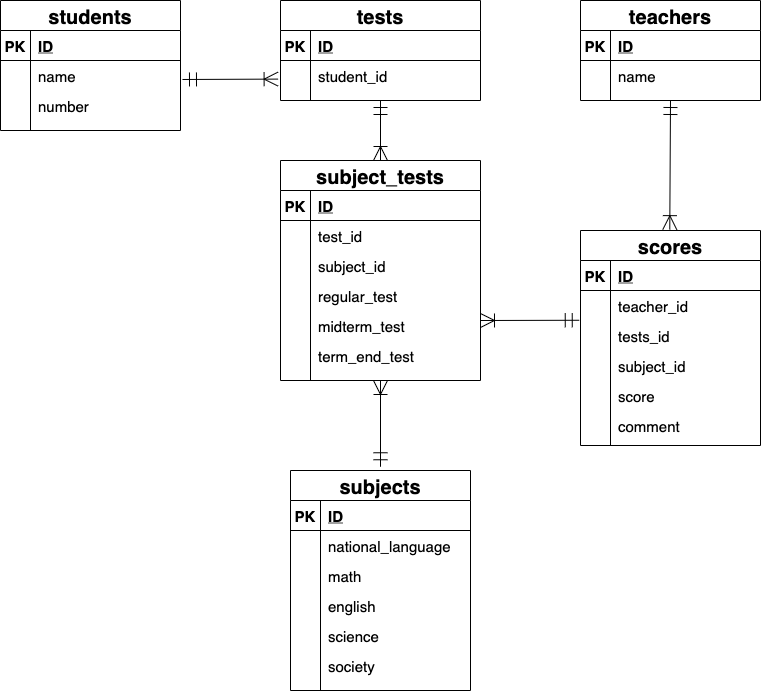
FujiiMarie/ER keeps this draw.io diagram as index.drawio.png. Above is the earlier version. Source tidied: cells renumbered, new cells last; positions are measured from the earlier drawing's top-left corner, leaving out a move shared by most shapes.
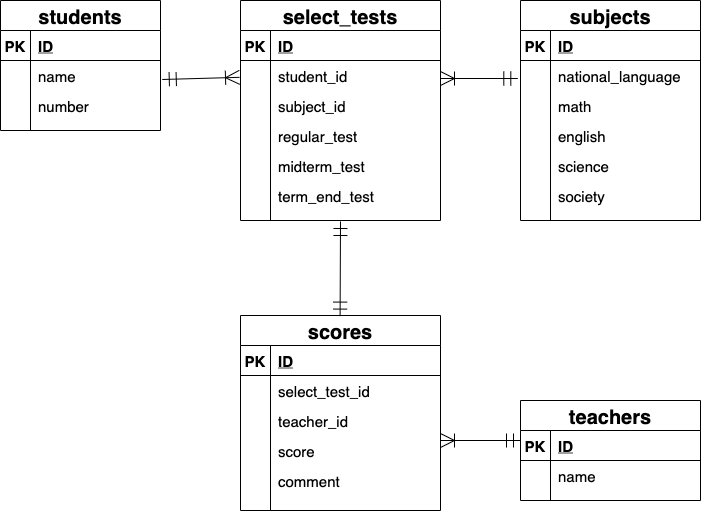
Above is the later version.

Diff of the diagram source:
```diff
@@ -3,58 +3,37 @@
     <mxCell id="0" />
     <mxCell id="1" parent="0" />
     <mxCell id="2" value="students" style="shape=table;startSize=30;rowLines=0;fontStyle=1;align=center;fontSize=20;" parent="1" vertex="1">
-      <mxGeometry width="180" height="130" as="geometry" />
+      <mxGeometry y="-40" width="160" height="130" as="geometry" />
     </mxCell>
     <mxCell id="3" style="shape=partialRectangle;fillColor=none;top=0;left=0;bottom=1;right=0;" parent="2" vertex="1">
-      <mxGeometry y="30" width="180" height="30" as="geometry" />
+      <mxGeometry y="30" width="160" height="30" as="geometry" />
     </mxCell>
     <mxCell id="4" value="PK" style="shape=partialRectangle;fillColor=none;top=0;left=0;bottom=0;right=0;fontStyle=1;overflow=hidden;fontSize=15;" parent="3" vertex="1">
       <mxGeometry width="30" height="30" as="geometry" />
     </mxCell>
     <mxCell id="5" value="ID" style="shape=partialRectangle;fillColor=none;top=0;left=0;bottom=0;right=0;align=left;spacingLeft=6;fontStyle=5;overflow=hidden;fontSize=15;" parent="3" vertex="1">
-      <mxGeometry x="30" width="150" height="30" as="geometry" />
+      <mxGeometry x="30" width="130" height="30" as="geometry" />
     </mxCell>
     <mxCell id="6" style="shape=partialRectangle;fillColor=none;top=0;left=0;bottom=0;right=0;points=[[0,0.5],[1,0.5]];portConstraint=eastwest;" parent="2" vertex="1">
-      <mxGeometry y="60" width="180" height="30" as="geometry" />
+      <mxGeometry y="60" width="160" height="30" as="geometry" />
     </mxCell>
     <mxCell id="7" style="shape=partialRectangle;fillColor=none;top=0;left=0;bottom=0;right=0;overflow=hidden;" parent="6" vertex="1">
       <mxGeometry width="30" height="30" as="geometry" />
     </mxCell>
     <mxCell id="8" value="name" style="shape=partialRectangle;fillColor=none;top=0;left=0;bottom=0;right=0;align=left;spacingLeft=6;overflow=hidden;fontSize=15;" parent="6" vertex="1">
-      <mxGeometry x="30" width="150" height="30" as="geometry" />
+      <mxGeometry x="30" width="130" height="30" as="geometry" />
     </mxCell>
     <mxCell id="9" style="shape=partialRectangle;fillColor=none;top=0;left=0;bottom=0;right=0;" parent="2" vertex="1">
-      <mxGeometry y="90" width="180" height="30" as="geometry" />
+      <mxGeometry y="90" width="160" height="30" as="geometry" />
     </mxCell>
     <mxCell id="10" style="shape=partialRectangle;fillColor=none;top=0;left=0;bottom=0;right=0;overflow=hidden;" parent="9" vertex="1">
       <mxGeometry width="30" height="30" as="geometry" />
     </mxCell>
     <mxCell id="11" value="number" style="shape=partialRectangle;fillColor=none;top=0;left=0;bottom=0;right=0;align=left;spacingLeft=6;overflow=hidden;fontSize=15;" parent="9" vertex="1">
-      <mxGeometry x="30" width="150" height="30" as="geometry" />
+      <mxGeometry x="30" width="130" height="30" as="geometry" />
     </mxCell>
-    <mxCell id="12" value="tests" style="shape=table;startSize=30;rowLines=0;fontStyle=1;align=center;fontSize=20;" parent="1" vertex="1">
-      <mxGeometry x="280" width="200" height="100" as="geometry" />
-    </mxCell>
-    <mxCell id="13" style="shape=partialRectangle;fillColor=none;top=0;left=0;bottom=1;right=0;" parent="12" vertex="1">
-      <mxGeometry y="30" width="200" height="30" as="geometry" />
-    </mxCell>
-    <mxCell id="14" value="PK" style="shape=partialRectangle;fillColor=none;top=0;left=0;bottom=0;right=0;fontStyle=1;overflow=hidden;fontSize=15;" parent="13" vertex="1">
-      <mxGeometry width="30" height="30" as="geometry" />
-    </mxCell>
-    <mxCell id="15" value="ID" style="shape=partialRectangle;fillColor=none;top=0;left=0;bottom=0;right=0;align=left;spacingLeft=6;fontStyle=5;overflow=hidden;fontSize=15;" parent="13" vertex="1">
-      <mxGeometry x="30" width="170" height="30" as="geometry" />
-    </mxCell>
-    <mxCell id="16" style="shape=partialRectangle;fillColor=none;top=0;left=0;bottom=0;right=0;points=[[0,0.5],[1,0.5]];portConstraint=eastwest;" parent="12" vertex="1">
-      <mxGeometry y="60" width="200" height="30" as="geometry" />
-    </mxCell>
-    <mxCell id="17" style="shape=partialRectangle;fillColor=none;top=0;left=0;bottom=0;right=0;overflow=hidden;" parent="16" vertex="1">
-      <mxGeometry width="30" height="30" as="geometry" />
-    </mxCell>
-    <mxCell id="18" value="student_id" style="shape=partialRectangle;fillColor=none;top=0;left=0;bottom=0;right=0;align=left;spacingLeft=6;overflow=hidden;fontSize=15;" parent="16" vertex="1">
-      <mxGeometry x="30" width="170" height="30" as="geometry" />
-    </mxCell>
     <mxCell id="19" value="teachers" style="shape=table;startSize=30;rowLines=0;fontStyle=1;align=center;fontSize=20;" parent="1" vertex="1">
-      <mxGeometry x="580" width="180" height="100" as="geometry" />
+      <mxGeometry x="520" y="360" width="180" height="100" as="geometry" />
     </mxCell>
     <mxCell id="20" style="shape=partialRectangle;fillColor=none;top=0;left=0;bottom=1;right=0;" parent="19" vertex="1">
       <mxGeometry y="30" width="180" height="30" as="geometry" />
@@ -74,11 +53,11 @@
     <mxCell id="25" value="name" style="shape=partialRectangle;fillColor=none;top=0;left=0;bottom=0;right=0;align=left;spacingLeft=6;overflow=hidden;fontSize=15;" parent="23" vertex="1">
       <mxGeometry x="30" width="150" height="30" as="geometry" />
     </mxCell>
-    <mxCell id="26" style="fontSize=12;html=1;endArrow=ERoneToMany;startArrow=ERmandOne;startSize=12;endSize=12;exitX=1.011;exitY=0.633;exitDx=0;exitDy=0;exitPerimeter=0;entryX=-0.012;entryY=0.62;entryDx=0;entryDy=0;entryPerimeter=0;" parent="1" edge="1" source="6" target="16">
+    <mxCell id="26" style="fontSize=12;html=1;endArrow=ERoneToMany;startArrow=ERmandOne;startSize=12;endSize=12;exitX=1.011;exitY=0.633;exitDx=0;exitDy=0;exitPerimeter=0;entryX=-0.005;entryY=0.561;entryDx=0;entryDy=0;entryPerimeter=0;" parent="1" edge="1" source="6" target="74">
       <mxGeometry relative="1" as="geometry" />
     </mxCell>
     <mxCell id="27" value="subjects" style="shape=table;startSize=30;rowLines=0;fontStyle=1;align=center;fontSize=20;" parent="1" vertex="1">
-      <mxGeometry x="290" y="470" width="180" height="220" as="geometry" />
+      <mxGeometry x="520" y="-40" width="180" height="220" as="geometry" />
     </mxCell>
     <mxCell id="28" style="shape=partialRectangle;fillColor=none;top=0;left=0;bottom=1;right=0;" parent="27" vertex="1">
       <mxGeometry y="30" width="180" height="30" as="geometry" />
@@ -134,75 +113,62 @@
     <mxCell id="45" value="society" style="shape=partialRectangle;fillColor=none;top=0;left=0;bottom=0;right=0;align=left;spacingLeft=6;overflow=hidden;fontSize=15;" parent="43" vertex="1">
       <mxGeometry x="30" width="150" height="30" as="geometry" />
     </mxCell>
-    <mxCell id="46" style="fontSize=12;html=1;endArrow=ERoneToMany;startArrow=ERmandOne;startSize=12;endSize=12;" parent="1" edge="1" target="67">
-      <mxGeometry relative="1" as="geometry">
-        <mxPoint x="380" y="100" as="sourcePoint" />
-      </mxGeometry>
-    </mxCell>
-    <mxCell id="47" style="fontSize=12;html=1;endArrow=ERoneToMany;startArrow=ERmandOne;startSize=12;endSize=12;endFill=0;jumpSize=6;entryX=0.496;entryY=-0.004;entryDx=0;entryDy=0;entryPerimeter=0;" parent="1" edge="1" target="48">
+    <mxCell id="47" style="fontSize=12;html=1;endArrow=ERoneToMany;startArrow=ERmandOne;startSize=12;endSize=12;endFill=0;jumpSize=6;" parent="1" edge="1">
       <mxGeometry relative="1" as="geometry">
-        <mxPoint x="670" y="100" as="sourcePoint" />
+        <mxPoint x="520" y="400" as="sourcePoint" />
+        <mxPoint x="440" y="400" as="targetPoint" />
       </mxGeometry>
     </mxCell>
     <mxCell id="48" value="scores" style="shape=table;startSize=30;rowLines=0;fontStyle=1;align=center;fontSize=20;" parent="1" vertex="1">
-      <mxGeometry x="580" y="230" width="180" height="215" as="geometry" />
+      <mxGeometry x="240" y="275" width="200" height="195" as="geometry" />
     </mxCell>
     <mxCell id="49" style="shape=partialRectangle;fillColor=none;top=0;left=0;bottom=1;right=0;" parent="48" vertex="1">
-      <mxGeometry y="30" width="180" height="30" as="geometry" />
+      <mxGeometry y="30" width="200" height="30" as="geometry" />
     </mxCell>
     <mxCell id="50" value="PK" style="shape=partialRectangle;fillColor=none;top=0;left=0;bottom=0;right=0;fontStyle=1;overflow=hidden;fontSize=15;" parent="49" vertex="1">
       <mxGeometry width="30" height="30" as="geometry" />
     </mxCell>
     <mxCell id="51" value="ID" style="shape=partialRectangle;fillColor=none;top=0;left=0;bottom=0;right=0;align=left;spacingLeft=6;fontStyle=5;overflow=hidden;fontSize=15;" parent="49" vertex="1">
-      <mxGeometry x="30" width="150" height="30" as="geometry" />
+      <mxGeometry x="30" width="170" height="30" as="geometry" />
     </mxCell>
+    <mxCell id="55" style="shape=partialRectangle;fillColor=none;top=0;left=0;bottom=0;right=0;" parent="48" vertex="1">
+      <mxGeometry y="60" width="200" height="30" as="geometry" />
+    </mxCell>
+    <mxCell id="56" style="shape=partialRectangle;fillColor=none;top=0;left=0;bottom=0;right=0;overflow=hidden;" parent="55" vertex="1">
+      <mxGeometry width="30" height="30" as="geometry" />
+    </mxCell>
+    <mxCell id="57" value="select_test_id" style="shape=partialRectangle;fillColor=none;top=0;left=0;bottom=0;right=0;align=left;spacingLeft=6;overflow=hidden;fontSize=15;" parent="55" vertex="1">
+      <mxGeometry x="30" width="170" height="30" as="geometry" />
+    </mxCell>
     <mxCell id="52" style="shape=partialRectangle;fillColor=none;top=0;left=0;bottom=0;right=0;" parent="48" vertex="1">
-      <mxGeometry y="60" width="180" height="30" as="geometry" />
+      <mxGeometry y="90" width="200" height="30" as="geometry" />
     </mxCell>
     <mxCell id="53" style="shape=partialRectangle;fillColor=none;top=0;left=0;bottom=0;right=0;overflow=hidden;" parent="52" vertex="1">
       <mxGeometry width="30" height="30" as="geometry" />
     </mxCell>
     <mxCell id="54" value="teacher_id" style="shape=partialRectangle;fillColor=none;top=0;left=0;bottom=0;right=0;align=left;spacingLeft=6;overflow=hidden;fontSize=15;" parent="52" vertex="1">
-      <mxGeometry x="30" width="150" height="30" as="geometry" />
+      <mxGeometry x="30" width="170" height="30" as="geometry" />
     </mxCell>
-    <mxCell id="55" style="shape=partialRectangle;fillColor=none;top=0;left=0;bottom=0;right=0;" parent="48" vertex="1">
-      <mxGeometry y="90" width="180" height="30" as="geometry" />
-    </mxCell>
-    <mxCell id="56" style="shape=partialRectangle;fillColor=none;top=0;left=0;bottom=0;right=0;overflow=hidden;" parent="55" vertex="1">
-      <mxGeometry width="30" height="30" as="geometry" />
-    </mxCell>
-    <mxCell id="57" value="tests_id" style="shape=partialRectangle;fillColor=none;top=0;left=0;bottom=0;right=0;align=left;spacingLeft=6;overflow=hidden;fontSize=15;" parent="55" vertex="1">
-      <mxGeometry x="30" width="150" height="30" as="geometry" />
-    </mxCell>
-    <mxCell id="58" style="shape=partialRectangle;fillColor=none;top=0;left=0;bottom=0;right=0;" parent="48" vertex="1">
-      <mxGeometry y="120" width="180" height="30" as="geometry" />
-    </mxCell>
-    <mxCell id="59" style="shape=partialRectangle;fillColor=none;top=0;left=0;bottom=0;right=0;overflow=hidden;" parent="58" vertex="1">
-      <mxGeometry width="30" height="30" as="geometry" />
-    </mxCell>
-    <mxCell id="60" value="subject_id" style="shape=partialRectangle;fillColor=none;top=0;left=0;bottom=0;right=0;align=left;spacingLeft=6;overflow=hidden;fontSize=15;" parent="58" vertex="1">
-      <mxGeometry x="30" width="150" height="30" as="geometry" />
-    </mxCell>
     <mxCell id="61" style="shape=partialRectangle;fillColor=none;top=0;left=0;bottom=0;right=0;" parent="48" vertex="1">
-      <mxGeometry y="150" width="180" height="30" as="geometry" />
+      <mxGeometry y="120" width="200" height="30" as="geometry" />
     </mxCell>
     <mxCell id="62" style="shape=partialRectangle;fillColor=none;top=0;left=0;bottom=0;right=0;overflow=hidden;" parent="61" vertex="1">
       <mxGeometry width="30" height="30" as="geometry" />
     </mxCell>
     <mxCell id="63" value="score" style="shape=partialRectangle;fillColor=none;top=0;left=0;bottom=0;right=0;align=left;spacingLeft=6;overflow=hidden;fontSize=15;" parent="61" vertex="1">
-      <mxGeometry x="30" width="150" height="30" as="geometry" />
+      <mxGeometry x="30" width="170" height="30" as="geometry" />
     </mxCell>
     <mxCell id="64" style="shape=partialRectangle;fillColor=none;top=0;left=0;bottom=0;right=0;" parent="48" vertex="1">
-      <mxGeometry y="180" width="180" height="30" as="geometry" />
+      <mxGeometry y="150" width="200" height="30" as="geometry" />
     </mxCell>
     <mxCell id="65" style="shape=partialRectangle;fillColor=none;top=0;left=0;bottom=0;right=0;overflow=hidden;" parent="64" vertex="1">
       <mxGeometry width="30" height="30" as="geometry" />
     </mxCell>
     <mxCell id="66" value="comment" style="shape=partialRectangle;fillColor=none;top=0;left=0;bottom=0;right=0;align=left;spacingLeft=6;overflow=hidden;fontSize=15;" parent="64" vertex="1">
-      <mxGeometry x="30" width="150" height="30" as="geometry" />
+      <mxGeometry x="30" width="170" height="30" as="geometry" />
     </mxCell>
-    <mxCell id="67" value="subject_tests" style="shape=table;startSize=30;rowLines=0;fontStyle=1;align=center;fontSize=20;" parent="1" vertex="1">
-      <mxGeometry x="280" y="160" width="200" height="220" as="geometry" />
+    <mxCell id="67" value="select_tests" style="shape=table;startSize=30;rowLines=0;fontStyle=1;align=center;fontSize=20;" parent="1" vertex="1">
+      <mxGeometry x="240" y="-40" width="200" height="220" as="geometry" />
     </mxCell>
     <mxCell id="68" style="shape=partialRectangle;fillColor=none;top=0;left=0;bottom=1;right=0;" parent="67" vertex="1">
       <mxGeometry y="30" width="200" height="30" as="geometry" />
@@ -213,24 +179,24 @@
     <mxCell id="70" value="ID" style="shape=partialRectangle;fillColor=none;top=0;left=0;bottom=0;right=0;align=left;spacingLeft=6;fontStyle=5;overflow=hidden;fontSize=15;" parent="68" vertex="1">
       <mxGeometry x="30" width="170" height="30" as="geometry" />
     </mxCell>
-    <mxCell id="71" style="shape=partialRectangle;fillColor=none;top=0;left=0;bottom=0;right=0;" parent="67" vertex="1">
-      <mxGeometry y="60" width="200" height="30" as="geometry" />
-    </mxCell>
-    <mxCell id="72" style="shape=partialRectangle;fillColor=none;top=0;left=0;bottom=0;right=0;overflow=hidden;" parent="71" vertex="1">
-      <mxGeometry width="30" height="30" as="geometry" />
-    </mxCell>
-    <mxCell id="73" value="test_id" style="shape=partialRectangle;fillColor=none;top=0;left=0;bottom=0;right=0;align=left;spacingLeft=6;overflow=hidden;fontSize=15;" parent="71" vertex="1">
-      <mxGeometry x="30" width="170" height="30" as="geometry" />
-    </mxCell>
     <mxCell id="74" style="shape=partialRectangle;fillColor=none;top=0;left=0;bottom=0;right=0;points=[[0,0.5],[1,0.5]];portConstraint=eastwest;" parent="67" vertex="1">
-      <mxGeometry y="90" width="200" height="30" as="geometry" />
+      <mxGeometry y="60" width="200" height="30" as="geometry" />
     </mxCell>
     <mxCell id="75" style="shape=partialRectangle;fillColor=none;top=0;left=0;bottom=0;right=0;overflow=hidden;" parent="74" vertex="1">
       <mxGeometry width="30" height="30" as="geometry" />
     </mxCell>
-    <mxCell id="76" value="subject_id" style="shape=partialRectangle;fillColor=none;top=0;left=0;bottom=0;right=0;align=left;spacingLeft=6;overflow=hidden;fontSize=15;" parent="74" vertex="1">
+    <mxCell id="76" value="student_id" style="shape=partialRectangle;fillColor=none;top=0;left=0;bottom=0;right=0;align=left;spacingLeft=6;overflow=hidden;fontSize=15;" parent="74" vertex="1">
       <mxGeometry x="30" width="170" height="30" as="geometry" />
     </mxCell>
+    <mxCell id="88" style="shape=partialRectangle;fillColor=none;top=0;left=0;bottom=0;right=0;" parent="67" vertex="1">
+      <mxGeometry y="90" width="200" height="30" as="geometry" />
+    </mxCell>
+    <mxCell id="89" style="shape=partialRectangle;fillColor=none;top=0;left=0;bottom=0;right=0;overflow=hidden;" parent="88" vertex="1">
+      <mxGeometry width="30" height="30" as="geometry" />
+    </mxCell>
+    <mxCell id="60" value="subject_id" style="shape=partialRectangle;fillColor=none;top=0;left=0;bottom=0;right=0;align=left;spacingLeft=6;overflow=hidden;fontSize=15;" parent="88" vertex="1">
+      <mxGeometry x="30" width="170" height="30" as="geometry" />
+    </mxCell>
     <mxCell id="77" style="shape=partialRectangle;fillColor=none;top=0;left=0;bottom=0;right=0;" parent="67" vertex="1">
       <mxGeometry y="120" width="200" height="30" as="geometry" />
     </mxCell>
@@ -258,15 +224,14 @@
     <mxCell id="85" value="term_end_test" style="shape=partialRectangle;fillColor=none;top=0;left=0;bottom=0;right=0;align=left;spacingLeft=6;overflow=hidden;fontSize=15;" parent="83" vertex="1">
       <mxGeometry x="30" width="170" height="30" as="geometry" />
     </mxCell>
-    <mxCell id="86" style="fontSize=12;html=1;endArrow=ERoneToMany;startArrow=ERmandOne;startSize=12;endSize=12;exitX=0.5;exitY=-0.017;exitDx=0;exitDy=0;exitPerimeter=0;" parent="1" edge="1" source="27">
+    <mxCell id="86" style="fontSize=12;html=1;endArrow=ERoneToMany;startArrow=ERmandOne;startSize=12;endSize=12;exitX=-0.015;exitY=0.6;exitDx=0;exitDy=0;exitPerimeter=0;" parent="1" edge="1" source="31">
       <mxGeometry relative="1" as="geometry">
-        <mxPoint x="380" y="380" as="targetPoint" />
+        <mxPoint x="440" y="38" as="targetPoint" />
       </mxGeometry>
     </mxCell>
-    <mxCell id="87" style="fontSize=12;html=1;endArrow=ERoneToMany;startArrow=ERmandOne;startSize=12;endSize=12;exitX=-0.007;exitY=0.492;exitDx=0;exitDy=0;exitPerimeter=0;" parent="1" edge="1">
+    <mxCell id="87" style="fontSize=12;html=1;endArrow=ERmandOne;startArrow=ERmandOne;startSize=12;endSize=12;exitX=0.498;exitY=0.003;exitDx=0;exitDy=0;exitPerimeter=0;endFill=0;" parent="1" edge="1" source="48">
       <mxGeometry relative="1" as="geometry">
-        <mxPoint x="578.7" y="319.8" as="sourcePoint" />
-        <mxPoint x="480" y="320" as="targetPoint" />
+        <mxPoint x="340" y="181" as="targetPoint" />
       </mxGeometry>
     </mxCell>
   </root>
```
